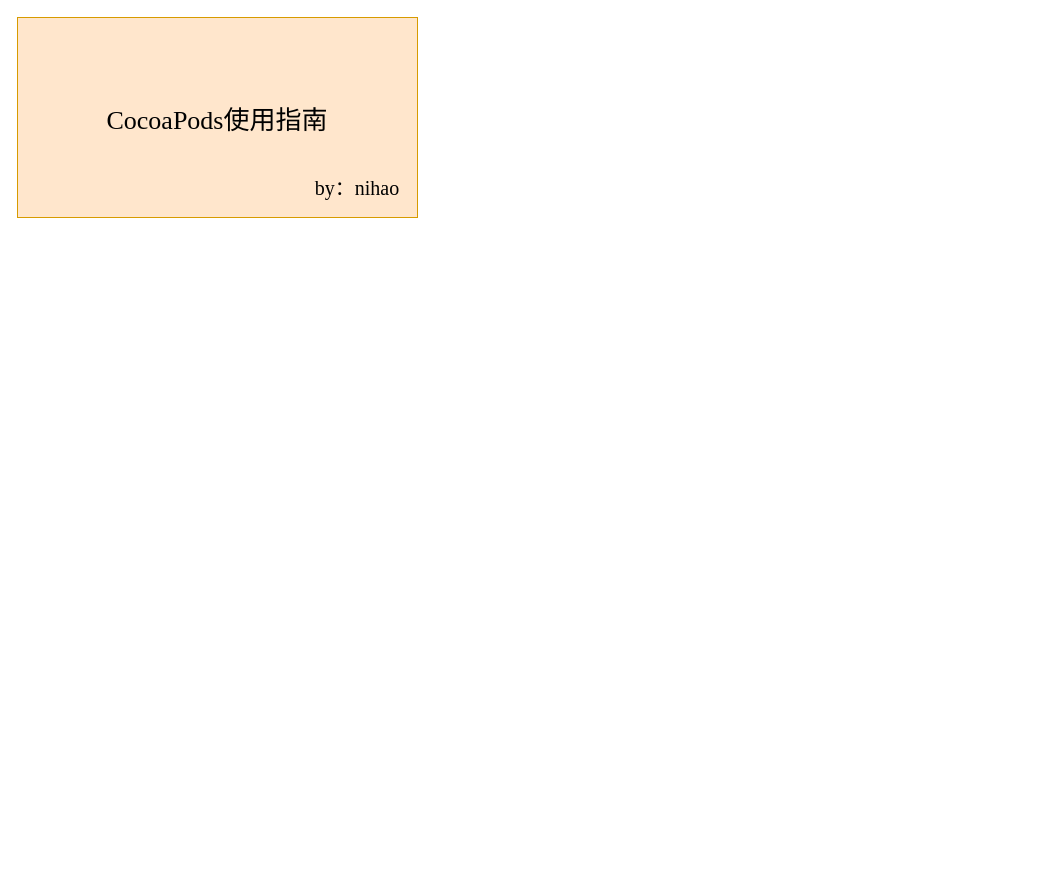
xuhaodong1/DrawIO keeps this draw.io diagram as iOS中的依赖管理工具.drawio. Above is the earlier version. Source tidied: cells renumbered, new cells numbered last; positions are measured from the earlier drawing's top-left corner, leaving out a move shared by most shapes. Both pictures are drawn from the tidied source at 100%, with x=0, y=0 at pixel (17, 17).
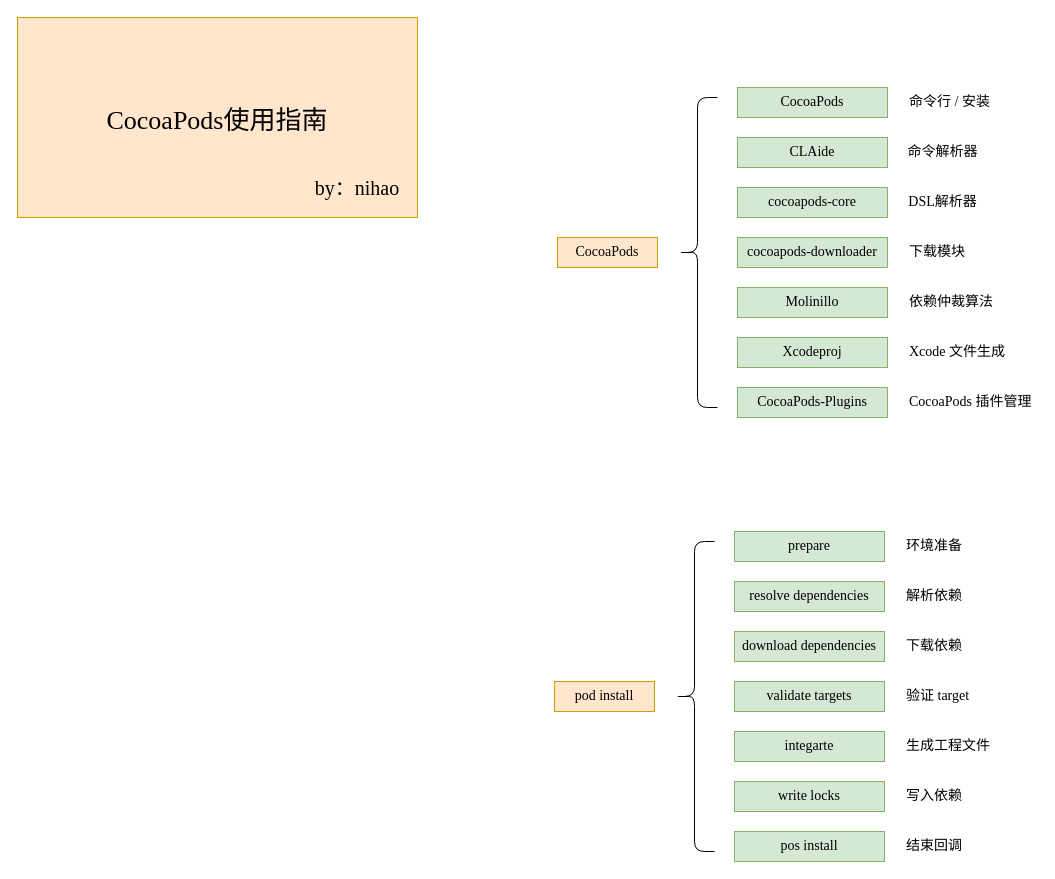
The same diagram, later.

Commit message:
更新iOS中的依赖管理工具.drawio

Diff of the diagram source:
```diff
@@
+    <mxCell id="6" value="cocoapods-downloader" style="rounded=0;whiteSpace=wrap;html=1;fontFamily=Times New Roman;fontSize=14;fillColor=#d5e8d4;strokeColor=#82b366;" parent="1" vertex="1">
+      <mxGeometry x="720" y="220" width="150" height="30" as="geometry" />
+    </mxCell>
+    <mxCell id="7" value="CLAide" style="rounded=0;whiteSpace=wrap;html=1;fontFamily=Times New Roman;fontSize=14;fillColor=#d5e8d4;strokeColor=#82b366;" parent="1" vertex="1">
+      <mxGeometry x="720" y="120" width="150" height="30" as="geometry" />
+    </mxCell>
+    <mxCell id="8" value="cocoapods-core" style="rounded=0;whiteSpace=wrap;html=1;fontFamily=Times New Roman;fontSize=14;fillColor=#d5e8d4;strokeColor=#82b366;" parent="1" vertex="1">
+      <mxGeometry x="720" y="170" width="150" height="30" as="geometry" />
+    </mxCell>
+    <mxCell id="9" value="CocoaPods" style="rounded=0;whiteSpace=wrap;html=1;fontFamily=Times New Roman;fontSize=14;fillColor=#ffe6cc;strokeColor=#d79b00;" parent="1" vertex="1">
+      <mxGeometry x="540" y="220" width="100" height="30" as="geometry" />
+    </mxCell>
+    <mxCell id="10" value="Molinillo" style="rounded=0;whiteSpace=wrap;html=1;fontFamily=Times New Roman;fontSize=14;fillColor=#d5e8d4;strokeColor=#82b366;" parent="1" vertex="1">
+      <mxGeometry x="720" y="270" width="150" height="30" as="geometry" />
+    </mxCell>
+    <mxCell id="11" value="Xcodeproj" style="rounded=0;whiteSpace=wrap;html=1;fontFamily=Times New Roman;fontSize=14;fillColor=#d5e8d4;strokeColor=#82b366;" parent="1" vertex="1">
+      <mxGeometry x="720" y="320" width="150" height="30" as="geometry" />
+    </mxCell>
+    <mxCell id="12" value="CocoaPods-Plugins" style="rounded=0;whiteSpace=wrap;html=1;fontFamily=Times New Roman;fontSize=14;fillColor=#d5e8d4;strokeColor=#82b366;" parent="1" vertex="1">
+      <mxGeometry x="720" y="370" width="150" height="30" as="geometry" />
+    </mxCell>
+    <mxCell id="13" style="shape=curlyBracket;whiteSpace=wrap;html=1;rounded=1;labelPosition=left;verticalLabelPosition=middle;align=right;verticalAlign=middle;fontFamily=Times New Roman;fontSize=14;size=0.5;" parent="1" vertex="1">
+      <mxGeometry x="660" y="80" width="40" height="310" as="geometry" />
+    </mxCell>
+    <mxCell id="14" value="命令解析器" style="text;strokeColor=none;fillColor=none;html=1;fontSize=14;fontStyle=0;verticalAlign=middle;align=center;fontFamily=Times New Roman;" parent="1" vertex="1">
+      <mxGeometry x="890" y="120" width="70" height="30" as="geometry" />
+    </mxCell>
+    <mxCell id="15" value="DSL解析器" style="text;strokeColor=none;fillColor=none;html=1;fontSize=14;fontStyle=0;verticalAlign=middle;align=center;fontFamily=Times New Roman;" parent="1" vertex="1">
+      <mxGeometry x="890" y="170" width="70" height="30" as="geometry" />
+    </mxCell>
+    <mxCell id="16" value="下载模块" style="text;strokeColor=none;fillColor=none;html=1;fontSize=14;fontStyle=0;verticalAlign=middle;align=left;fontFamily=Times New Roman;" parent="1" vertex="1">
+      <mxGeometry x="890" y="220" width="70" height="30" as="geometry" />
+    </mxCell>
+    <mxCell id="17" value="依赖仲裁算法" style="text;strokeColor=none;fillColor=none;html=1;fontSize=14;fontStyle=0;verticalAlign=middle;align=left;fontFamily=Times New Roman;" parent="1" vertex="1">
+      <mxGeometry x="890" y="270" width="100" height="30" as="geometry" />
+    </mxCell>
+    <mxCell id="18" value="Xcode 文件生成" style="text;strokeColor=none;fillColor=none;html=1;fontSize=14;fontStyle=0;verticalAlign=middle;align=left;fontFamily=Times New Roman;" parent="1" vertex="1">
+      <mxGeometry x="890" y="320" width="110" height="30" as="geometry" />
+    </mxCell>
+    <mxCell id="19" value="CocoaPods 插件管理" style="text;strokeColor=none;fillColor=none;html=1;fontSize=14;fontStyle=0;verticalAlign=middle;align=left;fontFamily=Times New Roman;" parent="1" vertex="1">
+      <mxGeometry x="890" y="370" width="130" height="30" as="geometry" />
+    </mxCell>
+    <mxCell id="20" value="CocoaPods" style="rounded=0;whiteSpace=wrap;html=1;fontFamily=Times New Roman;fontSize=14;fillColor=#d5e8d4;strokeColor=#82b366;" parent="1" vertex="1">
+      <mxGeometry x="720" y="70" width="150" height="30" as="geometry" />
+    </mxCell>
+    <mxCell id="21" value="命令行 / 安装" style="text;strokeColor=none;fillColor=none;html=1;fontSize=14;fontStyle=0;verticalAlign=middle;align=left;fontFamily=Times New Roman;" parent="1" vertex="1">
+      <mxGeometry x="890" y="70" width="110" height="30" as="geometry" />
+    </mxCell>
+    <mxCell id="22" value="validate targets" style="rounded=0;whiteSpace=wrap;html=1;fontFamily=Times New Roman;fontSize=14;fillColor=#d5e8d4;strokeColor=#82b366;" parent="1" vertex="1">
+      <mxGeometry x="717" y="664" width="150" height="30" as="geometry" />
+    </mxCell>
+    <mxCell id="23" value="resolve dependencies" style="rounded=0;whiteSpace=wrap;html=1;fontFamily=Times New Roman;fontSize=14;fillColor=#d5e8d4;strokeColor=#82b366;" parent="1" vertex="1">
+      <mxGeometry x="717" y="564" width="150" height="30" as="geometry" />
+    </mxCell>
+    <mxCell id="24" value="download dependencies" style="rounded=0;whiteSpace=wrap;html=1;fontFamily=Times New Roman;fontSize=14;fillColor=#d5e8d4;strokeColor=#82b366;" parent="1" vertex="1">
+      <mxGeometry x="717" y="614" width="150" height="30" as="geometry" />
+    </mxCell>
+    <mxCell id="25" value="pod install" style="rounded=0;whiteSpace=wrap;html=1;fontFamily=Times New Roman;fontSize=14;fillColor=#ffe6cc;strokeColor=#d79b00;" parent="1" vertex="1">
+      <mxGeometry x="537" y="664" width="100" height="30" as="geometry" />
+    </mxCell>
+    <mxCell id="26" value="integarte" style="rounded=0;whiteSpace=wrap;html=1;fontFamily=Times New Roman;fontSize=14;fillColor=#d5e8d4;strokeColor=#82b366;" parent="1" vertex="1">
+      <mxGeometry x="717" y="714" width="150" height="30" as="geometry" />
+    </mxCell>
+    <mxCell id="27" value="write locks" style="rounded=0;whiteSpace=wrap;html=1;fontFamily=Times New Roman;fontSize=14;fillColor=#d5e8d4;strokeColor=#82b366;" parent="1" vertex="1">
+      <mxGeometry x="717" y="764" width="150" height="30" as="geometry" />
+    </mxCell>
+    <mxCell id="28" value="pos install" style="rounded=0;whiteSpace=wrap;html=1;fontFamily=Times New Roman;fontSize=14;fillColor=#d5e8d4;strokeColor=#82b366;" parent="1" vertex="1">
+      <mxGeometry x="717" y="814" width="150" height="30" as="geometry" />
+    </mxCell>
+    <mxCell id="29" style="shape=curlyBracket;whiteSpace=wrap;html=1;rounded=1;labelPosition=left;verticalLabelPosition=middle;align=right;verticalAlign=middle;fontFamily=Times New Roman;fontSize=14;size=0.5;" parent="1" vertex="1">
+      <mxGeometry x="657" y="524" width="40" height="310" as="geometry" />
+    </mxCell>
+    <mxCell id="30" value="解析依赖" style="text;strokeColor=none;fillColor=none;html=1;fontSize=14;fontStyle=0;verticalAlign=middle;align=left;fontFamily=Times New Roman;" parent="1" vertex="1">
+      <mxGeometry x="887" y="564" width="70" height="30" as="geometry" />
+    </mxCell>
+    <mxCell id="31" value="下载依赖" style="text;strokeColor=none;fillColor=none;html=1;fontSize=14;fontStyle=0;verticalAlign=middle;align=left;fontFamily=Times New Roman;" parent="1" vertex="1">
+      <mxGeometry x="887" y="614" width="70" height="30" as="geometry" />
+    </mxCell>
+    <mxCell id="32" value="验证 target" style="text;strokeColor=none;fillColor=none;html=1;fontSize=14;fontStyle=0;verticalAlign=middle;align=left;fontFamily=Times New Roman;" parent="1" vertex="1">
+      <mxGeometry x="887" y="664" width="70" height="30" as="geometry" />
+    </mxCell>
+    <mxCell id="33" value="生成工程文件" style="text;strokeColor=none;fillColor=none;html=1;fontSize=14;fontStyle=0;verticalAlign=middle;align=left;fontFamily=Times New Roman;" parent="1" vertex="1">
+      <mxGeometry x="887" y="714" width="100" height="30" as="geometry" />
+    </mxCell>
+    <mxCell id="34" value="写入依赖" style="text;strokeColor=none;fillColor=none;html=1;fontSize=14;fontStyle=0;verticalAlign=middle;align=left;fontFamily=Times New Roman;" parent="1" vertex="1">
+      <mxGeometry x="887" y="764" width="110" height="30" as="geometry" />
+    </mxCell>
+    <mxCell id="35" value="结束回调" style="text;strokeColor=none;fillColor=none;html=1;fontSize=14;fontStyle=0;verticalAlign=middle;align=left;fontFamily=Times New Roman;" parent="1" vertex="1">
+      <mxGeometry x="887" y="814" width="130" height="30" as="geometry" />
+    </mxCell>
+    <mxCell id="36" value="prepare" style="rounded=0;whiteSpace=wrap;html=1;fontFamily=Times New Roman;fontSize=14;fillColor=#d5e8d4;strokeColor=#82b366;" parent="1" vertex="1">
+      <mxGeometry x="717" y="514" width="150" height="30" as="geometry" />
+    </mxCell>
+    <mxCell id="37" value="环境准备" style="text;strokeColor=none;fillColor=none;html=1;fontSize=14;fontStyle=0;verticalAlign=middle;align=left;fontFamily=Times New Roman;" parent="1" vertex="1">
+      <mxGeometry x="887" y="514" width="110" height="30" as="geometry" />
+    </mxCell>
```
